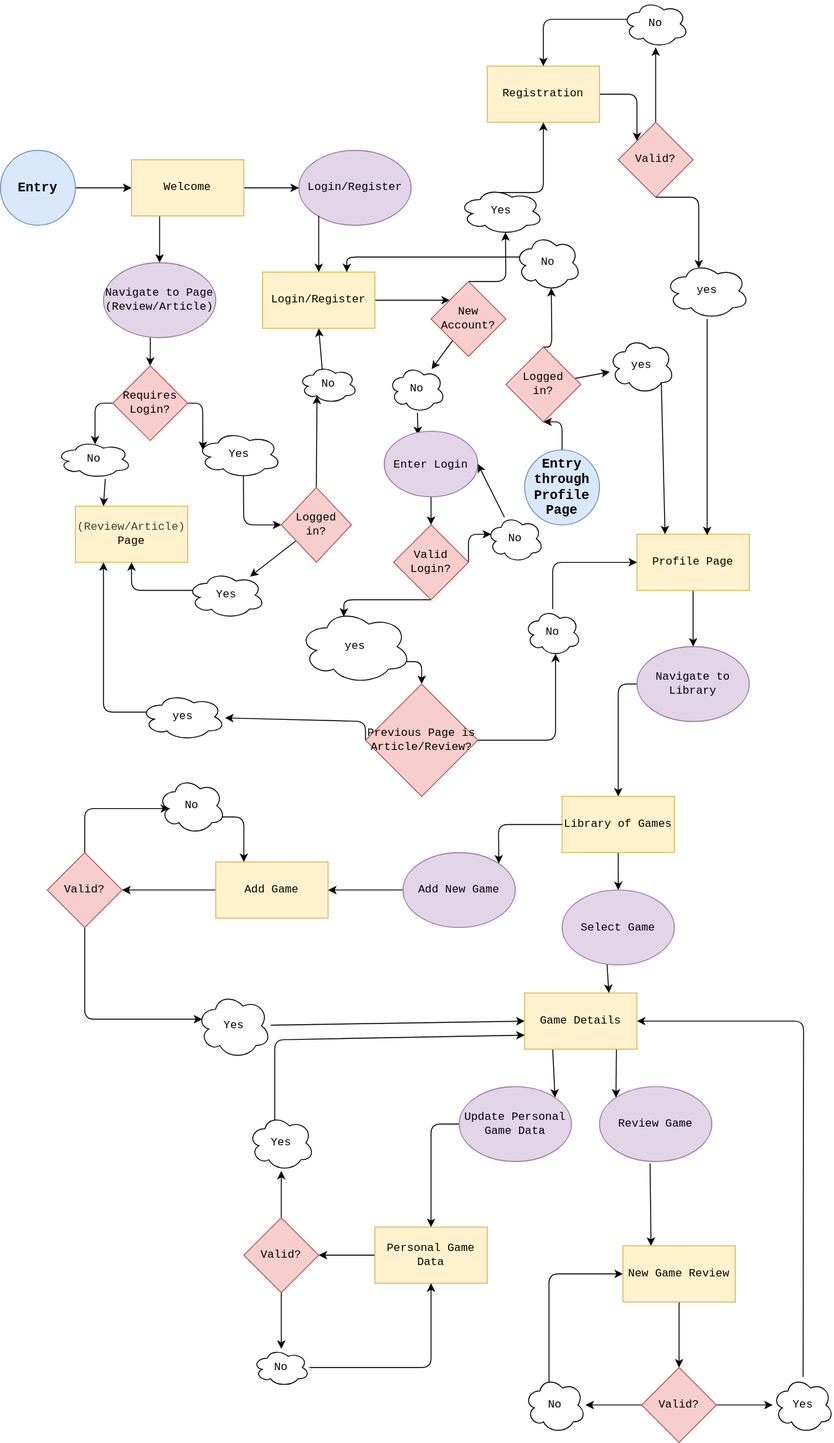
Before: user_flow.drawio.svg, a diagram exported from draw.io (dcpomichter/Springboard-Capstone). Source tidied: cells renumbered, new cells last; positions are measured from the earlier drawing's top-left corner, leaving out a move shared by most shapes.
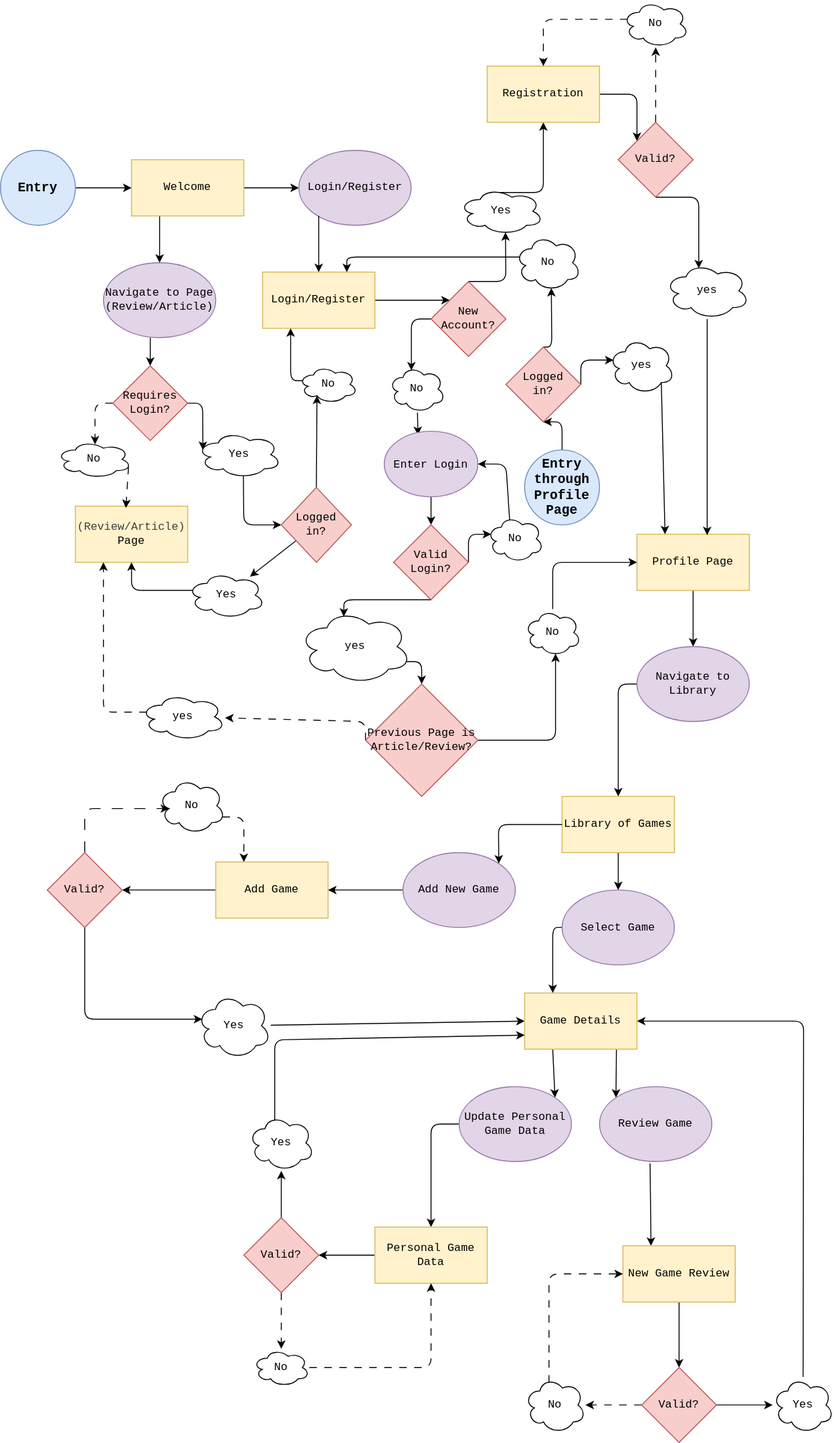
Later version of the same file.

Commit message:
Updated Flow chart and exported file as SVG

Diff of the diagram source:
```diff
@@ -1,4 +1,4 @@
-<mxGraphModel>
+<mxGraphModel background="#ffffff">
   <root>
     <mxCell id="0" />
     <mxCell id="1" parent="0" />
@@ -26,7 +26,7 @@
     <mxCell id="9" value="Login/Register" style="ellipse;whiteSpace=wrap;html=1;fillColor=#e1d5e7;strokeColor=#9673a6;fontFamily=Courier New;" parent="1" vertex="1">
       <mxGeometry x="318.8" y="160" width="120" height="80" as="geometry" />
     </mxCell>
-    <mxCell id="10" style="edgeStyle=none;html=1;entryX=0.513;entryY=0.1;entryDx=0;entryDy=0;entryPerimeter=0;exitX=0;exitY=0.5;exitDx=0;exitDy=0;" parent="1" edge="1" source="12" target="25">
+    <mxCell id="10" style="edgeStyle=none;html=1;entryX=0.513;entryY=0.1;entryDx=0;entryDy=0;entryPerimeter=0;exitX=0;exitY=0.5;exitDx=0;exitDy=0;dashed=1;dashPattern=8 8;" parent="1" edge="1" source="12" target="25">
       <mxGeometry relative="1" as="geometry">
         <Array as="points">
           <mxPoint x="101" y="430" />
@@ -64,8 +64,12 @@
         </Array>
       </mxGeometry>
     </mxCell>
-    <mxCell id="18" style="edgeStyle=none;html=1;" parent="1" edge="1" source="19" target="34">
-      <mxGeometry relative="1" as="geometry" />
+    <mxCell id="18" style="edgeStyle=none;html=1;entryX=0.4;entryY=0.1;entryDx=0;entryDy=0;entryPerimeter=0;" parent="1" edge="1" source="19" target="34">
+      <mxGeometry relative="1" as="geometry">
+        <Array as="points">
+          <mxPoint x="439" y="340" />
+        </Array>
+      </mxGeometry>
     </mxCell>
     <mxCell id="19" value="New Account?" style="rhombus;whiteSpace=wrap;html=1;fontFamily=Courier New;fillColor=#f8cecc;strokeColor=#b85450;" parent="1" vertex="1">
       <mxGeometry x="460" y="300" width="80" height="80" as="geometry" />
@@ -90,7 +94,7 @@
     <mxCell id="23" value="Yes" style="ellipse;shape=cloud;whiteSpace=wrap;html=1;fontFamily=Courier New;" parent="1" vertex="1">
       <mxGeometry x="210" y="460" width="90" height="50" as="geometry" />
     </mxCell>
-    <mxCell id="24" style="edgeStyle=none;html=1;exitX=0.65;exitY=1.025;exitDx=0;exitDy=0;exitPerimeter=0;entryX=0.25;entryY=0;entryDx=0;entryDy=0;" parent="1" edge="1" source="25" target="16">
+    <mxCell id="24" style="edgeStyle=none;html=1;exitX=0.96;exitY=0.7;exitDx=0;exitDy=0;exitPerimeter=0;entryX=0.45;entryY=0.033;entryDx=0;entryDy=0;entryPerimeter=0;dashed=1;dashPattern=8 8;" parent="1" edge="1" source="25" target="16">
       <mxGeometry relative="1" as="geometry" />
     </mxCell>
     <mxCell id="25" value="No" style="ellipse;shape=cloud;whiteSpace=wrap;html=1;fontFamily=Courier New;" parent="1" vertex="1">
@@ -105,8 +109,12 @@
     <mxCell id="28" value="Logged&amp;nbsp;&lt;div&gt;in?&lt;/div&gt;" style="rhombus;whiteSpace=wrap;html=1;fontFamily=Courier New;fillColor=#f8cecc;strokeColor=#b85450;" parent="1" vertex="1">
       <mxGeometry x="300" y="520" width="75" height="80" as="geometry" />
     </mxCell>
-    <mxCell id="29" style="edgeStyle=none;html=1;exitX=0.4;exitY=0.1;exitDx=0;exitDy=0;exitPerimeter=0;entryX=0.5;entryY=1;entryDx=0;entryDy=0;" parent="1" edge="1" source="30" target="14">
-      <mxGeometry relative="1" as="geometry" />
+    <mxCell id="29" style="edgeStyle=none;html=1;exitX=0.07;exitY=0.4;exitDx=0;exitDy=0;exitPerimeter=0;entryX=0.25;entryY=1;entryDx=0;entryDy=0;" parent="1" edge="1" source="30" target="14">
+      <mxGeometry relative="1" as="geometry">
+        <Array as="points">
+          <mxPoint x="310" y="406" />
+        </Array>
+      </mxGeometry>
     </mxCell>
     <mxCell id="30" value="No" style="ellipse;shape=cloud;whiteSpace=wrap;html=1;fontFamily=Courier New;" parent="1" vertex="1">
       <mxGeometry x="318.8" y="390" width="62.5" height="40" as="geometry" />
@@ -170,7 +178,7 @@
     <mxCell id="43" value="Registration" style="whiteSpace=wrap;html=1;fontFamily=Courier New;fillColor=#fff2cc;strokeColor=#d6b656;" parent="1" vertex="1">
       <mxGeometry x="520" y="70" width="120" height="60" as="geometry" />
     </mxCell>
-    <mxCell id="44" style="edgeStyle=none;html=1;exitX=0;exitY=0.5;exitDx=0;exitDy=0;" parent="1" edge="1" source="46" target="47">
+    <mxCell id="44" style="edgeStyle=none;html=1;exitX=0;exitY=0.5;exitDx=0;exitDy=0;dashed=1;dashPattern=8 8;" parent="1" edge="1" source="46" target="47">
       <mxGeometry relative="1" as="geometry">
         <Array as="points">
           <mxPoint x="390" y="770" />
@@ -190,7 +198,7 @@
     <mxCell id="47" value="yes" style="ellipse;shape=cloud;whiteSpace=wrap;html=1;fontFamily=Courier New;overflow=width;" parent="1" vertex="1">
       <mxGeometry x="150" y="740" width="90" height="50" as="geometry" />
     </mxCell>
-    <mxCell id="48" style="edgeStyle=none;html=1;entryX=0.25;entryY=1;entryDx=0;entryDy=0;exitX=0.07;exitY=0.4;exitDx=0;exitDy=0;exitPerimeter=0;" parent="1" edge="1" source="47" target="16">
+    <mxCell id="48" style="edgeStyle=none;html=1;entryX=0.25;entryY=1;entryDx=0;entryDy=0;exitX=0.07;exitY=0.4;exitDx=0;exitDy=0;exitPerimeter=0;dashed=1;dashPattern=8 8;" parent="1" edge="1" source="47" target="16">
       <mxGeometry relative="1" as="geometry">
         <Array as="points">
           <mxPoint x="110" y="760" />
@@ -210,7 +218,7 @@
         </Array>
       </mxGeometry>
     </mxCell>
-    <mxCell id="52" style="edgeStyle=none;html=1;" parent="1" edge="1" source="53" target="57">
+    <mxCell id="52" style="edgeStyle=none;html=1;dashed=1;dashPattern=8 8;" parent="1" edge="1" source="53" target="57">
       <mxGeometry relative="1" as="geometry" />
     </mxCell>
     <mxCell id="53" value="Valid?" style="rhombus;whiteSpace=wrap;html=1;fontFamily=Courier New;fillColor=#f8cecc;strokeColor=#b85450;" parent="1" vertex="1">
@@ -222,7 +230,7 @@
     <mxCell id="55" style="edgeStyle=none;html=1;entryX=0.625;entryY=0.017;entryDx=0;entryDy=0;entryPerimeter=0;" parent="1" edge="1" source="54" target="50">
       <mxGeometry relative="1" as="geometry" />
     </mxCell>
-    <mxCell id="56" style="edgeStyle=none;html=1;entryX=0.5;entryY=0;entryDx=0;entryDy=0;exitX=0.07;exitY=0.4;exitDx=0;exitDy=0;exitPerimeter=0;" parent="1" edge="1" source="57" target="43">
+    <mxCell id="56" style="edgeStyle=none;html=1;entryX=0.5;entryY=0;entryDx=0;entryDy=0;exitX=0.07;exitY=0.4;exitDx=0;exitDy=0;exitPerimeter=0;dashed=1;dashPattern=8 8;" parent="1" edge="1" source="57" target="43">
       <mxGeometry relative="1" as="geometry">
         <Array as="points">
           <mxPoint x="580" y="20" />
@@ -242,8 +250,12 @@
     <mxCell id="59" value="&lt;h3&gt;Entry through Profile Page&lt;/h3&gt;" style="ellipse;whiteSpace=wrap;html=1;fillColor=#dae8fc;strokeColor=#6c8ebf;fontFamily=Courier New;" parent="1" vertex="1">
       <mxGeometry x="560" y="480" width="80" height="80" as="geometry" />
     </mxCell>
-    <mxCell id="60" style="edgeStyle=none;html=1;" parent="1" edge="1" source="62" target="64">
-      <mxGeometry relative="1" as="geometry" />
+    <mxCell id="60" style="edgeStyle=none;html=1;exitX=1;exitY=0.5;exitDx=0;exitDy=0;entryX=0.07;entryY=0.4;entryDx=0;entryDy=0;entryPerimeter=0;" parent="1" edge="1" source="62" target="64">
+      <mxGeometry relative="1" as="geometry">
+        <Array as="points">
+          <mxPoint x="620" y="384" />
+        </Array>
+      </mxGeometry>
     </mxCell>
     <mxCell id="61" style="edgeStyle=none;html=1;exitX=0.5;exitY=0;exitDx=0;exitDy=0;entryX=0.55;entryY=0.95;entryDx=0;entryDy=0;entryPerimeter=0;" parent="1" edge="1" source="62" target="67">
       <mxGeometry relative="1" as="geometry">
@@ -338,7 +350,7 @@
     <mxCell id="83" value="Add Game" style="whiteSpace=wrap;html=1;fillColor=#fff2cc;strokeColor=#d6b656;fontFamily=Courier New;" parent="1" vertex="1">
       <mxGeometry x="230" y="920" width="120" height="60" as="geometry" />
     </mxCell>
-    <mxCell id="84" style="edgeStyle=none;html=1;exitX=0.5;exitY=0;exitDx=0;exitDy=0;entryX=0.16;entryY=0.55;entryDx=0;entryDy=0;entryPerimeter=0;" parent="1" edge="1" source="86" target="88">
+    <mxCell id="84" style="edgeStyle=none;html=1;exitX=0.5;exitY=0;exitDx=0;exitDy=0;entryX=0.16;entryY=0.55;entryDx=0;entryDy=0;entryPerimeter=0;dashed=1;dashPattern=12 12;" parent="1" edge="1" source="86" target="88">
       <mxGeometry relative="1" as="geometry">
         <Array as="points">
           <mxPoint x="90" y="863" />
@@ -355,7 +367,7 @@
     <mxCell id="86" value="Valid?" style="rhombus;whiteSpace=wrap;html=1;fontFamily=Courier New;fillColor=#f8cecc;strokeColor=#b85450;" parent="1" vertex="1">
       <mxGeometry x="50" y="910" width="80" height="80" as="geometry" />
     </mxCell>
-    <mxCell id="87" style="edgeStyle=none;html=1;exitX=0.96;exitY=0.7;exitDx=0;exitDy=0;exitPerimeter=0;entryX=0.25;entryY=0;entryDx=0;entryDy=0;" parent="1" edge="1" source="88" target="83">
+    <mxCell id="87" style="edgeStyle=none;html=1;exitX=0.96;exitY=0.7;exitDx=0;exitDy=0;exitPerimeter=0;entryX=0.25;entryY=0;entryDx=0;entryDy=0;dashed=1;dashPattern=8 8;" parent="1" edge="1" source="88" target="83">
       <mxGeometry relative="1" as="geometry">
         <Array as="points">
           <mxPoint x="260" y="872" />
@@ -374,14 +386,22 @@
     <mxCell id="91" value="Game Details" style="whiteSpace=wrap;html=1;fontFamily=Courier New;fillColor=#fff2cc;strokeColor=#d6b656;" parent="1" vertex="1">
       <mxGeometry x="560" y="1060" width="120" height="60" as="geometry" />
     </mxCell>
-    <mxCell id="92" style="edgeStyle=none;html=1;entryX=1;entryY=0.5;entryDx=0;entryDy=0;" parent="1" edge="1" source="93" target="36">
-      <mxGeometry relative="1" as="geometry" />
+    <mxCell id="92" style="edgeStyle=none;html=1;entryX=1;entryY=0.5;entryDx=0;entryDy=0;exitX=0.4;exitY=0.1;exitDx=0;exitDy=0;exitPerimeter=0;" parent="1" edge="1" source="93" target="36">
+      <mxGeometry relative="1" as="geometry">
+        <Array as="points">
+          <mxPoint x="540" y="495" />
+        </Array>
+      </mxGeometry>
     </mxCell>
     <mxCell id="93" value="No" style="ellipse;shape=cloud;whiteSpace=wrap;html=1;fontFamily=Courier New;" parent="1" vertex="1">
       <mxGeometry x="520" y="550" width="60" height="50" as="geometry" />
     </mxCell>
-    <mxCell id="94" style="edgeStyle=none;html=1;entryX=0.75;entryY=0;entryDx=0;entryDy=0;exitX=0.4;exitY=0.988;exitDx=0;exitDy=0;exitPerimeter=0;" parent="1" edge="1" source="95" target="91">
-      <mxGeometry relative="1" as="geometry" />
+    <mxCell id="94" style="edgeStyle=none;html=1;entryX=0.25;entryY=0;entryDx=0;entryDy=0;exitX=0;exitY=0.5;exitDx=0;exitDy=0;" parent="1" edge="1" source="95" target="91">
+      <mxGeometry relative="1" as="geometry">
+        <Array as="points">
+          <mxPoint x="590" y="990" />
+        </Array>
+      </mxGeometry>
     </mxCell>
     <mxCell id="95" value="&lt;font face=&quot;Courier New&quot;&gt;Select Game&lt;/font&gt;" style="ellipse;whiteSpace=wrap;html=1;fillColor=#e1d5e7;strokeColor=#9673a6;" parent="1" vertex="1">
       <mxGeometry x="600" y="950" width="120" height="80" as="geometry" />
@@ -392,7 +412,7 @@
     <mxCell id="97" value="New Game Review" style="whiteSpace=wrap;html=1;fontFamily=Courier New;fillColor=#fff2cc;strokeColor=#d6b656;" parent="1" vertex="1">
       <mxGeometry x="665" y="1330" width="120" height="60" as="geometry" />
     </mxCell>
-    <mxCell id="98" style="edgeStyle=none;html=1;" parent="1" edge="1" source="100" target="111">
+    <mxCell id="98" style="edgeStyle=none;html=1;dashed=1;dashPattern=8 8;" parent="1" edge="1" source="100" target="111">
       <mxGeometry relative="1" as="geometry" />
     </mxCell>
     <mxCell id="99" style="edgeStyle=none;html=1;" parent="1" edge="1" source="100" target="113">
@@ -410,7 +430,7 @@
     <mxCell id="103" style="edgeStyle=none;html=1;" parent="1" edge="1" source="105" target="107">
       <mxGeometry relative="1" as="geometry" />
     </mxCell>
-    <mxCell id="104" style="edgeStyle=none;html=1;" parent="1" edge="1" source="105" target="109">
+    <mxCell id="104" style="edgeStyle=none;html=1;dashed=1;dashPattern=8 8;" parent="1" edge="1" source="105" target="109">
       <mxGeometry relative="1" as="geometry" />
     </mxCell>
     <mxCell id="105" value="Valid?" style="rhombus;whiteSpace=wrap;html=1;fontFamily=Courier New;fillColor=#f8cecc;strokeColor=#b85450;" parent="1" vertex="1">
@@ -426,7 +446,7 @@
     <mxCell id="107" value="Yes" style="ellipse;shape=cloud;whiteSpace=wrap;html=1;fontFamily=Courier New;" parent="1" vertex="1">
       <mxGeometry x="265" y="1190" width="70" height="60" as="geometry" />
     </mxCell>
-    <mxCell id="108" style="edgeStyle=none;html=1;entryX=0.5;entryY=1;entryDx=0;entryDy=0;" parent="1" edge="1" source="109" target="102">
+    <mxCell id="108" style="edgeStyle=none;html=1;entryX=0.5;entryY=1;entryDx=0;entryDy=0;dashed=1;dashPattern=8 8;" parent="1" edge="1" source="109" target="102">
       <mxGeometry relative="1" as="geometry">
         <Array as="points">
           <mxPoint x="460" y="1460" />
@@ -436,7 +456,7 @@
     <mxCell id="109" value="No" style="ellipse;shape=cloud;whiteSpace=wrap;html=1;fontFamily=Courier New;" parent="1" vertex="1">
       <mxGeometry x="270" y="1440" width="60" height="40" as="geometry" />
     </mxCell>
-    <mxCell id="110" style="edgeStyle=none;html=1;entryX=0;entryY=0.5;entryDx=0;entryDy=0;exitX=0.4;exitY=0.1;exitDx=0;exitDy=0;exitPerimeter=0;" parent="1" edge="1" source="111" target="97">
+    <mxCell id="110" style="edgeStyle=none;html=1;entryX=0;entryY=0.5;entryDx=0;entryDy=0;exitX=0.4;exitY=0.1;exitDx=0;exitDy=0;exitPerimeter=0;dashed=1;dashPattern=8 8;" parent="1" edge="1" source="111" target="97">
       <mxGeometry relative="1" as="geometry">
         <Array as="points">
           <mxPoint x="586" y="1360" />
```
